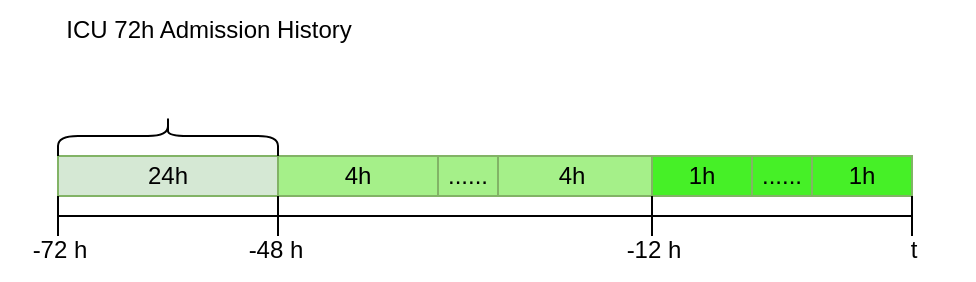
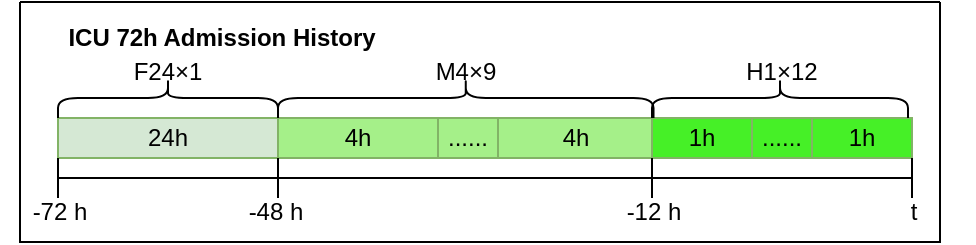
<mxfile host="app.diagrams.net">
  <diagram name="第 1 页" id="ZXRgyMgndbSnMul60k35">
-     <mxGraphModel dx="632" dy="431" grid="1" gridSize="10" guides="1" tooltips="1" connect="1" arrows="1" fold="1" page="1" pageScale="1" pageWidth="827" pageHeight="1169" math="0" shadow="0">
+     <mxGraphModel dx="903" dy="616" grid="1" gridSize="10" guides="1" tooltips="1" connect="1" arrows="1" fold="1" page="1" pageScale="1" pageWidth="827" pageHeight="1169" math="0" shadow="0">
      <root>
        <mxCell id="0" />
        <mxCell id="1" parent="0" />
        <mxCell id="Cz9zJ3ElJhsfQI_fBBap-1" parent="1" style="rounded=0;whiteSpace=wrap;html=1;fillColor=#d5e8d4;strokeColor=#82b366;" value="24h" vertex="1">
          <mxGeometry height="20" width="110" x="309" y="248" as="geometry" />
        </mxCell>
        <mxCell id="Cz9zJ3ElJhsfQI_fBBap-2" parent="1" style="rounded=0;whiteSpace=wrap;html=1;fillColor=light-dark(#A5F089,#1F2F1E);strokeColor=#82b366;" value="4h" vertex="1">
          <mxGeometry height="20" width="80" x="419" y="248" as="geometry" />
        </mxCell>
        <mxCell id="Cz9zJ3ElJhsfQI_fBBap-3" parent="1" style="rounded=0;whiteSpace=wrap;html=1;fillColor=light-dark(#A5F089,#1F2F1E);strokeColor=#82b366;" value="4h" vertex="1">
-           <mxGeometry height="20" width="80" x="526" y="248" as="geometry" />
+           <mxGeometry height="20" width="84" x="526" y="248" as="geometry" />
        </mxCell>
        <mxCell id="Cz9zJ3ElJhsfQI_fBBap-4" parent="1" style="rounded=0;whiteSpace=wrap;html=1;fillColor=light-dark(#A5F089,#1F2F1E);strokeColor=#82b366;" value="......" vertex="1">
          <mxGeometry height="20" width="30" x="499" y="248" as="geometry" />
        </mxCell>
        <mxCell id="Cz9zJ3ElJhsfQI_fBBap-5" parent="1" style="rounded=0;whiteSpace=wrap;html=1;fillColor=light-dark(#46F027,#1F2F1E);strokeColor=#82b366;" value="1h" vertex="1">
          <mxGeometry height="20" width="50" x="606" y="248" as="geometry" />
        </mxCell>
        <mxCell id="Cz9zJ3ElJhsfQI_fBBap-6" parent="1" style="rounded=0;whiteSpace=wrap;html=1;fillColor=light-dark(#46F027,#1F2F1E);strokeColor=#82b366;" value="1h" vertex="1">
          <mxGeometry height="20" width="50" x="686" y="248" as="geometry" />
        </mxCell>
        <mxCell id="Cz9zJ3ElJhsfQI_fBBap-7" parent="1" style="rounded=0;whiteSpace=wrap;html=1;fillColor=light-dark(#46F027,#1F2F1E);strokeColor=#82b366;" value="......" vertex="1">
          <mxGeometry height="20" width="30" x="656" y="248" as="geometry" />
        </mxCell>
        <mxCell id="Cz9zJ3ElJhsfQI_fBBap-8" parent="1" style="shape=crossbar;whiteSpace=wrap;html=1;rounded=1;" value="" vertex="1">
          <mxGeometry height="20" width="110" x="309" y="268" as="geometry" />
        </mxCell>
        <mxCell id="Cz9zJ3ElJhsfQI_fBBap-9" parent="1" style="text;html=1;whiteSpace=wrap;strokeColor=none;fillColor=none;align=center;verticalAlign=middle;rounded=0;" value="-72 h" vertex="1">
          <mxGeometry height="30" width="60" x="280" y="280" as="geometry" />
        </mxCell>
        <mxCell id="Cz9zJ3ElJhsfQI_fBBap-10" parent="1" style="text;html=1;whiteSpace=wrap;strokeColor=none;fillColor=none;align=center;verticalAlign=middle;rounded=0;" value="-48 h" vertex="1">
          <mxGeometry height="30" width="60" x="388" y="280" as="geometry" />
        </mxCell>
        <mxCell id="Cz9zJ3ElJhsfQI_fBBap-11" parent="1" style="shape=crossbar;whiteSpace=wrap;html=1;rounded=1;" value="" vertex="1">
          <mxGeometry height="20" width="187" x="419" y="268" as="geometry" />
        </mxCell>
        <mxCell id="Cz9zJ3ElJhsfQI_fBBap-12" parent="1" style="shape=crossbar;whiteSpace=wrap;html=1;rounded=1;" value="" vertex="1">
          <mxGeometry height="20" width="130" x="606" y="268" as="geometry" />
        </mxCell>
        <mxCell id="Cz9zJ3ElJhsfQI_fBBap-13" parent="1" style="text;html=1;whiteSpace=wrap;strokeColor=none;fillColor=none;align=center;verticalAlign=middle;rounded=0;" value="-12 h" vertex="1">
          <mxGeometry height="30" width="60" x="577" y="280" as="geometry" />
        </mxCell>
        <mxCell id="Cz9zJ3ElJhsfQI_fBBap-14" parent="1" style="text;html=1;whiteSpace=wrap;strokeColor=none;fillColor=none;align=center;verticalAlign=middle;rounded=0;" value="t" vertex="1">
          <mxGeometry height="30" width="60" x="707" y="280" as="geometry" />
        </mxCell>
-         <mxCell id="Cz9zJ3ElJhsfQI_fBBap-15" parent="1" style="text;html=1;whiteSpace=wrap;strokeColor=none;fillColor=none;align=center;verticalAlign=middle;rounded=0;" value="ICU 72h Admission History" vertex="1">
-           <mxGeometry height="30" width="157" x="306" y="170" as="geometry" />
-         </mxCell>
        <mxCell id="Cz9zJ3ElJhsfQI_fBBap-16" parent="1" style="shape=curlyBracket;whiteSpace=wrap;html=1;rounded=1;flipH=1;labelPosition=right;verticalLabelPosition=middle;align=left;verticalAlign=middle;legacyAnchorPoints=0;rotation=-90;" value="" vertex="1">
          <mxGeometry height="110" width="20" x="354" y="183" as="geometry" />
+         </mxCell>
+         <mxCell id="Cz9zJ3ElJhsfQI_fBBap-17" parent="1" style="text;html=1;whiteSpace=wrap;strokeColor=none;fillColor=none;align=center;verticalAlign=middle;rounded=0;" value="F24×1" vertex="1">
+           <mxGeometry height="30" width="60" x="334" y="210" as="geometry" />
+         </mxCell>
+         <mxCell id="Cz9zJ3ElJhsfQI_fBBap-19" parent="1" style="shape=curlyBracket;whiteSpace=wrap;html=1;rounded=1;labelPosition=left;verticalLabelPosition=middle;align=right;verticalAlign=middle;rotation=90;" value="" vertex="1">
+           <mxGeometry height="187.75" width="20" x="502.88" y="144.13" as="geometry" />
+         </mxCell>
+         <mxCell id="Cz9zJ3ElJhsfQI_fBBap-22" parent="1" style="shape=curlyBracket;whiteSpace=wrap;html=1;rounded=1;labelPosition=left;verticalLabelPosition=middle;align=right;verticalAlign=middle;rotation=90;" value="" vertex="1">
+           <mxGeometry height="128" width="20" x="660" y="174" as="geometry" />
+         </mxCell>
+         <mxCell id="Cz9zJ3ElJhsfQI_fBBap-23" parent="1" style="text;html=1;whiteSpace=wrap;strokeColor=none;fillColor=none;align=center;verticalAlign=middle;rounded=0;" value="M4×9" vertex="1">
+           <mxGeometry height="30" width="60" x="482.5" y="210" as="geometry" />
+         </mxCell>
+         <mxCell id="Cz9zJ3ElJhsfQI_fBBap-24" parent="1" style="text;html=1;whiteSpace=wrap;strokeColor=none;fillColor=none;align=center;verticalAlign=middle;rounded=0;" value="H1×12&lt;span style=&quot;color: rgba(0, 0, 0, 0); font-family: monospace; font-size: 0px; text-align: start; white-space: nowrap;&quot;&gt;%3CmxGraphModel%3E%3Croot%3E%3CmxCell%20id%3D%220%22%2F%3E%3CmxCell%20id%3D%221%22%20parent%3D%220%22%2F%3E%3CmxCell%20id%3D%222%22%20parent%3D%221%22%20style%3D%22text%3Bhtml%3D1%3BwhiteSpace%3Dwrap%3BstrokeColor%3Dnone%3BfillColor%3Dnone%3Balign%3Dcenter%3BverticalAlign%3Dmiddle%3Brounded%3D0%3B%22%20value%3D%22M4%C3%979%22%20vertex%3D%221%22%3E%3CmxGeometry%20height%3D%2230%22%20width%3D%2260%22%20x%3D%22482.5%22%20y%3D%22210%22%20as%3D%22geometry%22%2F%3E%3C%2FmxCell%3E%3C%2Froot%3E%3C%2FmxGraphModel%3E%3CmxGraphModel%3E%3Croot%3E%3CmxCell%20id%3D%220%22%2F%3E%3CmxCell%20id%3D%221%22%20parent%3D%220%22%2F%3E%3CmxCell%20id%3D%222%22%20parent%3D%221%22%20style%3D%22text%3Bhtml%3D1%3BwhiteSpace%3Dwrap%3BstrokeColor%3Dnone%3BfillColor%3Dnone%3Balign%3Dcenter%3BverticalAlign%3Dmiddle%3Brounded%3D0%3B%22%20value%3D%22M4%C3%979%22%20vertex%3D%221%22%3E%3CmxGeometry%20height%3D%2230%22%20width%3D%2260%22%20x%3D%22482.5%22%20y%3D%22210%22%20as%3D%22geometry%22%2F%3E%3C%2FmxCell%3E%3C%2Froot%3E%3C%2FmxGraphModel%3E&lt;/span&gt;" vertex="1">
+           <mxGeometry height="30" width="60" x="641" y="210" as="geometry" />
+         </mxCell>
+         <mxCell id="Cz9zJ3ElJhsfQI_fBBap-25" parent="1" style="swimlane;startSize=0;" value="" vertex="1">
+           <mxGeometry height="120" width="460" x="290" y="190" as="geometry" />
+         </mxCell>
+         <mxCell id="Cz9zJ3ElJhsfQI_fBBap-15" parent="Cz9zJ3ElJhsfQI_fBBap-25" style="text;html=1;whiteSpace=wrap;strokeColor=none;fillColor=none;align=center;verticalAlign=middle;rounded=0;" value="&lt;b&gt;ICU 72h Admission History&lt;/b&gt;" vertex="1">
+           <mxGeometry height="30" width="184" x="8.5" y="3" as="geometry" />
        </mxCell>
      </root>
    </mxGraphModel>
  </diagram>
</mxfile>
